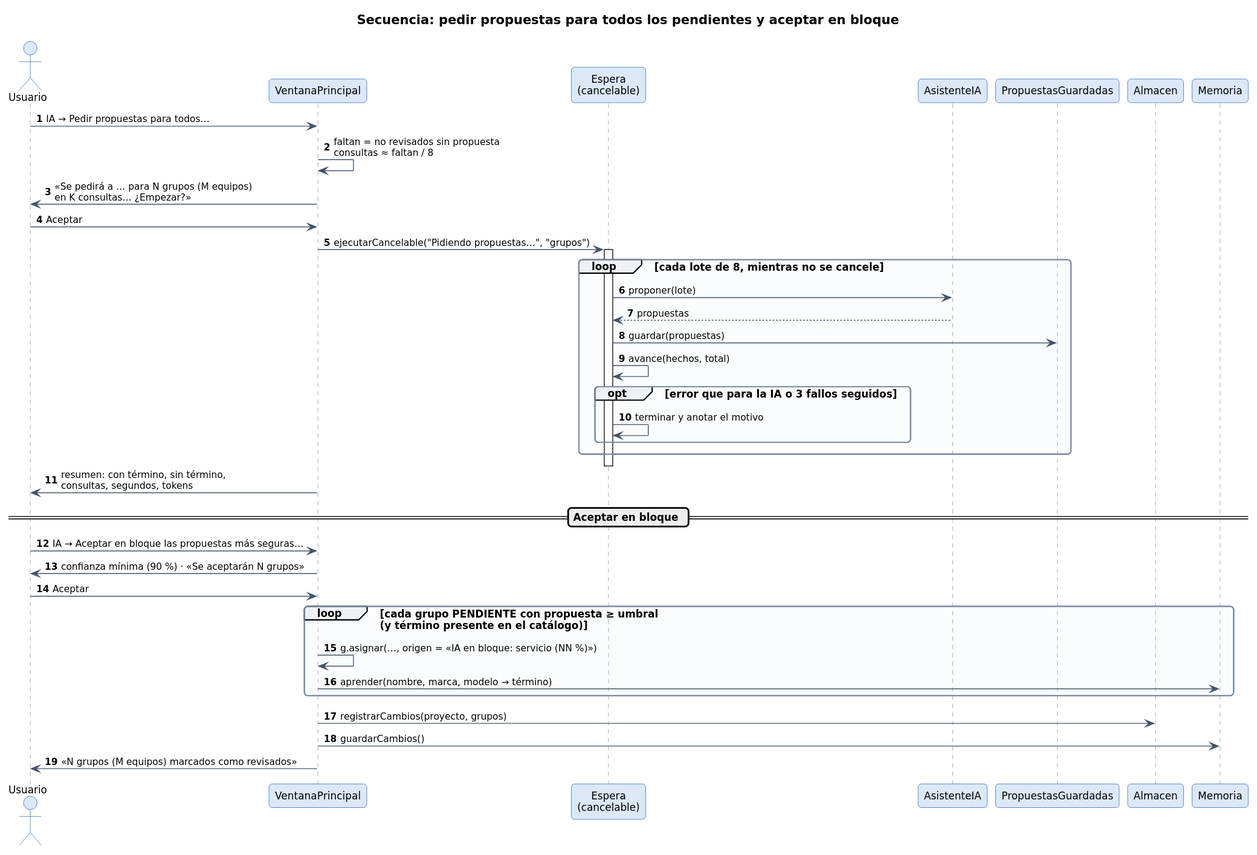
Earlier version of the PlantUML export documentacion/diagramas-uml/d25_secuencia_pedir_todas.svg (JuanAnanin/catalogador-inventario). The source it was exported from:
```plantuml
@startuml
!include estilo.iuml
title Secuencia: pedir propuestas para todos los pendientes y aceptar en bloque
autonumber
actor Usuario
participant "VentanaPrincipal" as VP
participant "Espera\n(cancelable)" as ES
participant "AsistenteIA" as AS
participant "PropuestasGuardadas" as PG
participant "Almacen" as AL
participant "Memoria" as ME
Usuario -> VP : IA → Pedir propuestas para todos…
VP -> VP : faltan = no revisados sin propuesta\nconsultas ≈ faltan / 8
VP -> Usuario : «Se pedirá a … para N grupos (M equipos)\nen K consultas… ¿Empezar?»
Usuario -> VP : Aceptar
VP -> ES : ejecutarCancelable("Pidiendo propuestas…", "grupos")
activate ES
loop cada lote de 8, mientras no se cancele
  ES -> AS : proponer(lote)
  AS --> ES : propuestas
  ES -> PG : guardar(propuestas)
  ES -> ES : avance(hechos, total)
  opt error que para la IA o 3 fallos seguidos
    ES -> ES : terminar y anotar el motivo
  end
end
deactivate ES
VP -> Usuario : resumen: con término, sin término,\nconsultas, segundos, tokens
== Aceptar en bloque ==
Usuario -> VP : IA → Aceptar en bloque las propuestas más seguras…
VP -> Usuario : confianza mínima (90 %) · «Se aceptarán N grupos»
Usuario -> VP : Aceptar
loop cada grupo PENDIENTE con propuesta ≥ umbral\n(y término presente en el catálogo)
  VP -> VP : g.asignar(…, origen = «IA en bloque: servicio (NN %)»)
  VP -> ME : aprender(nombre, marca, modelo → término)
end
VP -> AL : registrarCambios(proyecto, grupos)
VP -> ME : guardarCambios()
VP -> Usuario : «N grupos (M equipos) marcados como revisados»
@enduml
```
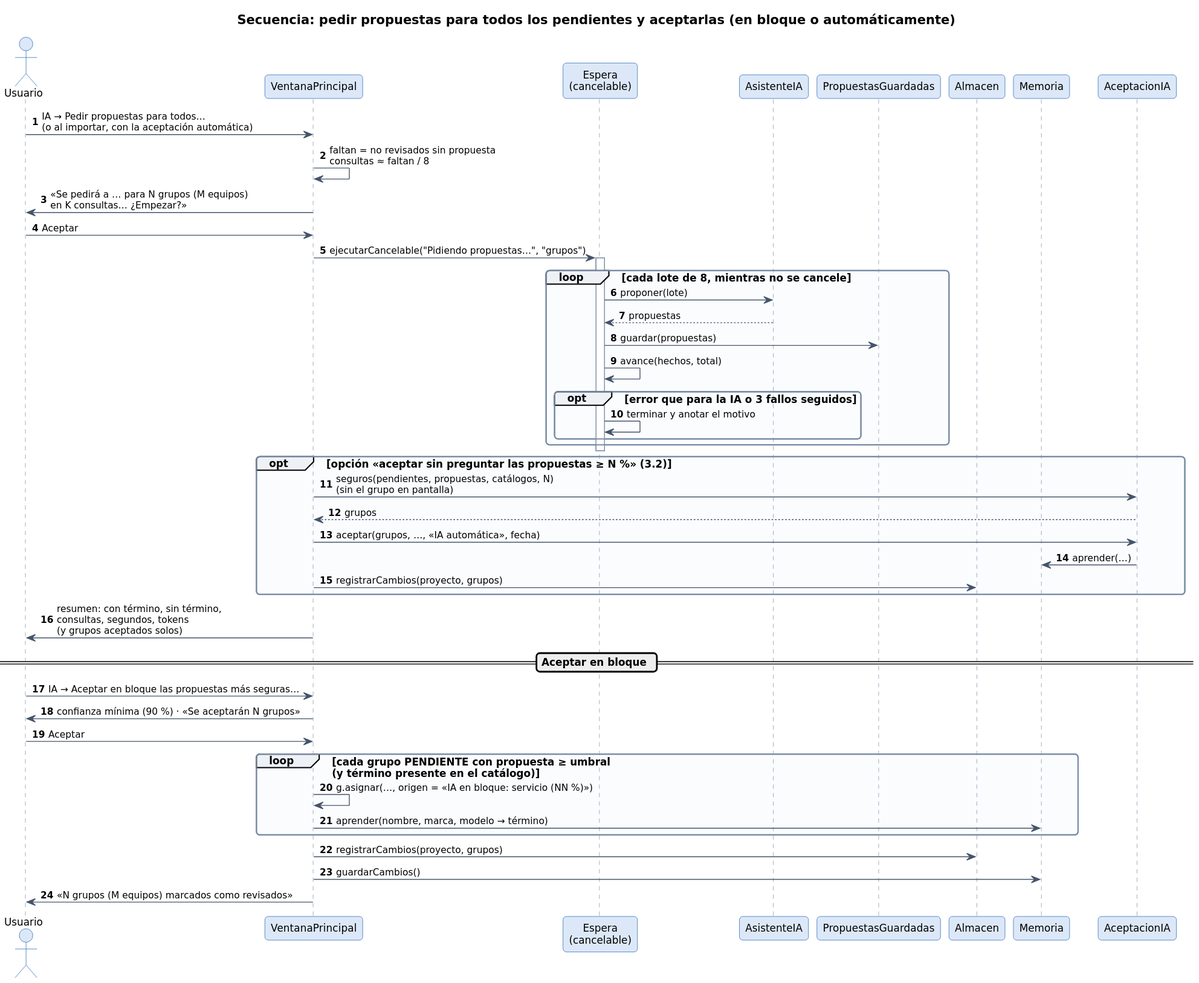
The same file after the commit.

What changed in the source:
```diff
@@ -1,6 +1,6 @@
 @startuml
 !include estilo.iuml
-title Secuencia: pedir propuestas para todos los pendientes y aceptar en bloque
+title Secuencia: pedir propuestas para todos los pendientes y aceptarlas (en bloque o automáticamente)
 autonumber
 actor Usuario
 participant "VentanaPrincipal" as VP
@@ -9,7 +9,8 @@
 participant "PropuestasGuardadas" as PG
 participant "Almacen" as AL
 participant "Memoria" as ME
-Usuario -> VP : IA → Pedir propuestas para todos…
+participant "AceptacionIA" as AC
+Usuario -> VP : IA → Pedir propuestas para todos…\n(o al importar, con la aceptación automática)
 VP -> VP : faltan = no revisados sin propuesta\nconsultas ≈ faltan / 8
 VP -> Usuario : «Se pedirá a … para N grupos (M equipos)\nen K consultas… ¿Empezar?»
 Usuario -> VP : Aceptar
@@ -25,7 +26,14 @@
   end
 end
 deactivate ES
-VP -> Usuario : resumen: con término, sin término,\nconsultas, segundos, tokens
+opt opción «aceptar sin preguntar las propuestas ≥ N %» (3.2)
+  VP -> AC : seguros(pendientes, propuestas, catálogos, N)\n(sin el grupo en pantalla)
+  AC --> VP : grupos
+  VP -> AC : aceptar(grupos, …, «IA automática», fecha)
+  AC -> ME : aprender(…)
+  VP -> AL : registrarCambios(proyecto, grupos)
+end
+VP -> Usuario : resumen: con término, sin término,\nconsultas, segundos, tokens\n(y grupos aceptados solos)
 == Aceptar en bloque ==
 Usuario -> VP : IA → Aceptar en bloque las propuestas más seguras…
 VP -> Usuario : confianza mínima (90 %) · «Se aceptarán N grupos»
```
